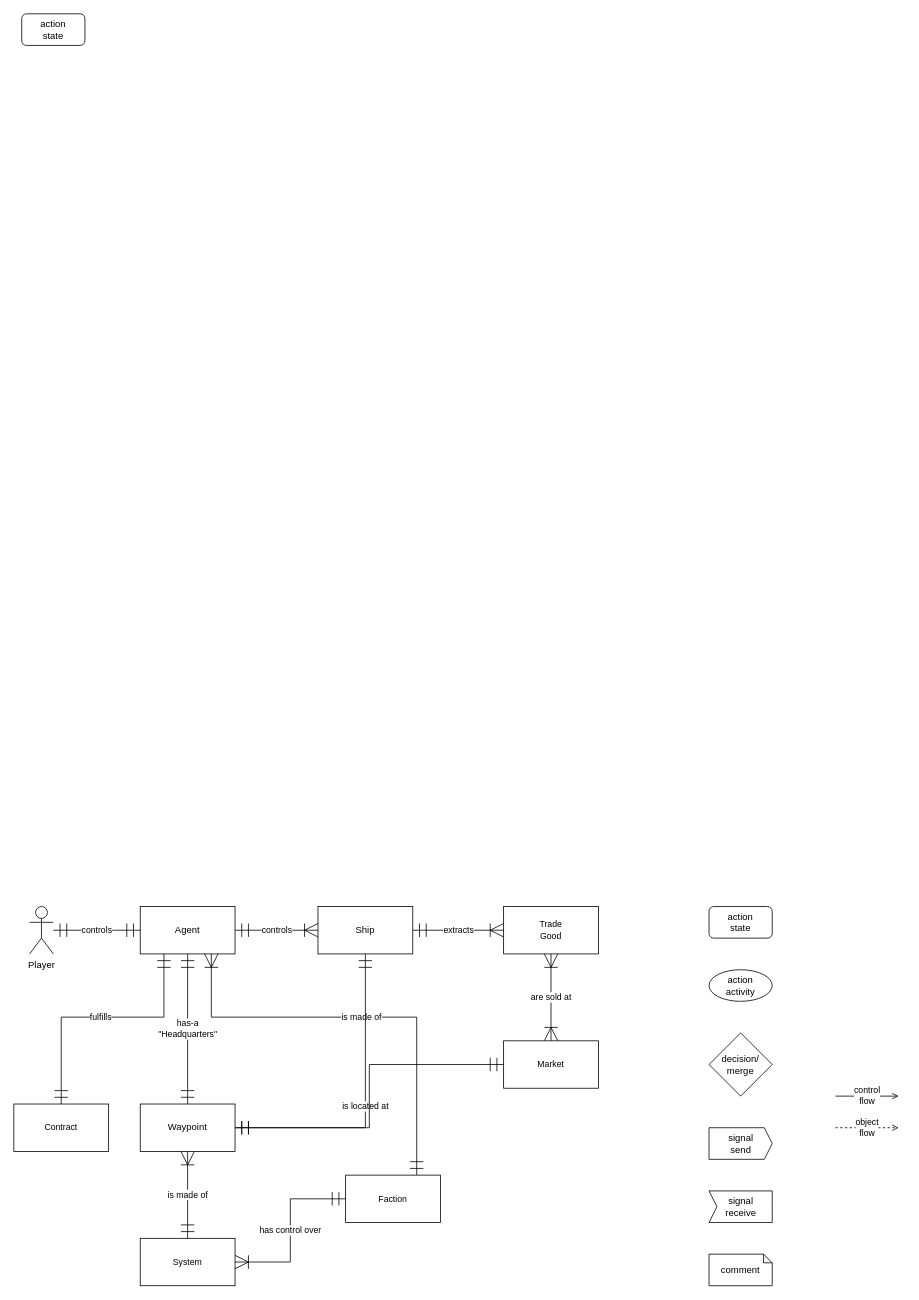
Earlier version of the draw.io diagram spacetraders-action-flow.drawio (zgrow/misc_bucket). Source tidied: cells renumbered, new cells numbered last; positions are measured from the earlier drawing's top-left corner, leaving out a move shared by most shapes. Both pictures are drawn from the tidied source at 79%, with x=0, y=0 at pixel (13, 13).
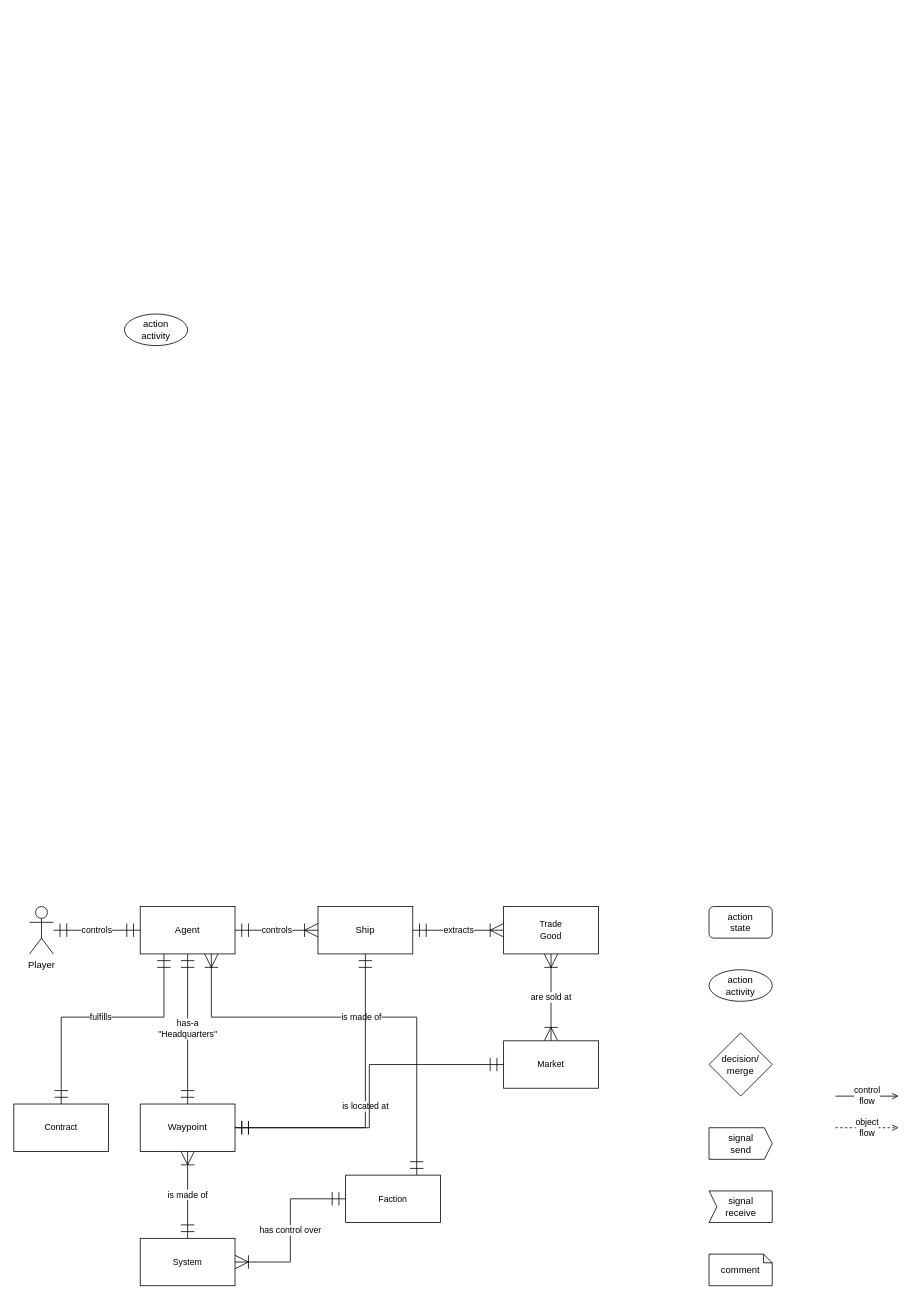
The same page after the edit.

What changed in the source:
```diff
@@
-    <mxCell id="30" value="&lt;div&gt;action&lt;/div&gt;&lt;div&gt;state&lt;br&gt;&lt;/div&gt;" style="rounded=1;whiteSpace=wrap;html=1;" parent="1" vertex="1">
-      <mxGeometry x="10" width="80" height="40" as="geometry" />
-    </mxCell>
+    <mxCell id="31" value="&lt;div&gt;action&lt;/div&gt;&lt;div&gt;activity&lt;br&gt;&lt;/div&gt;" style="ellipse;whiteSpace=wrap;html=1;" parent="1" vertex="1">
+      <mxGeometry x="140" y="380" width="80" height="40" as="geometry" />
+    </mxCell>
```
